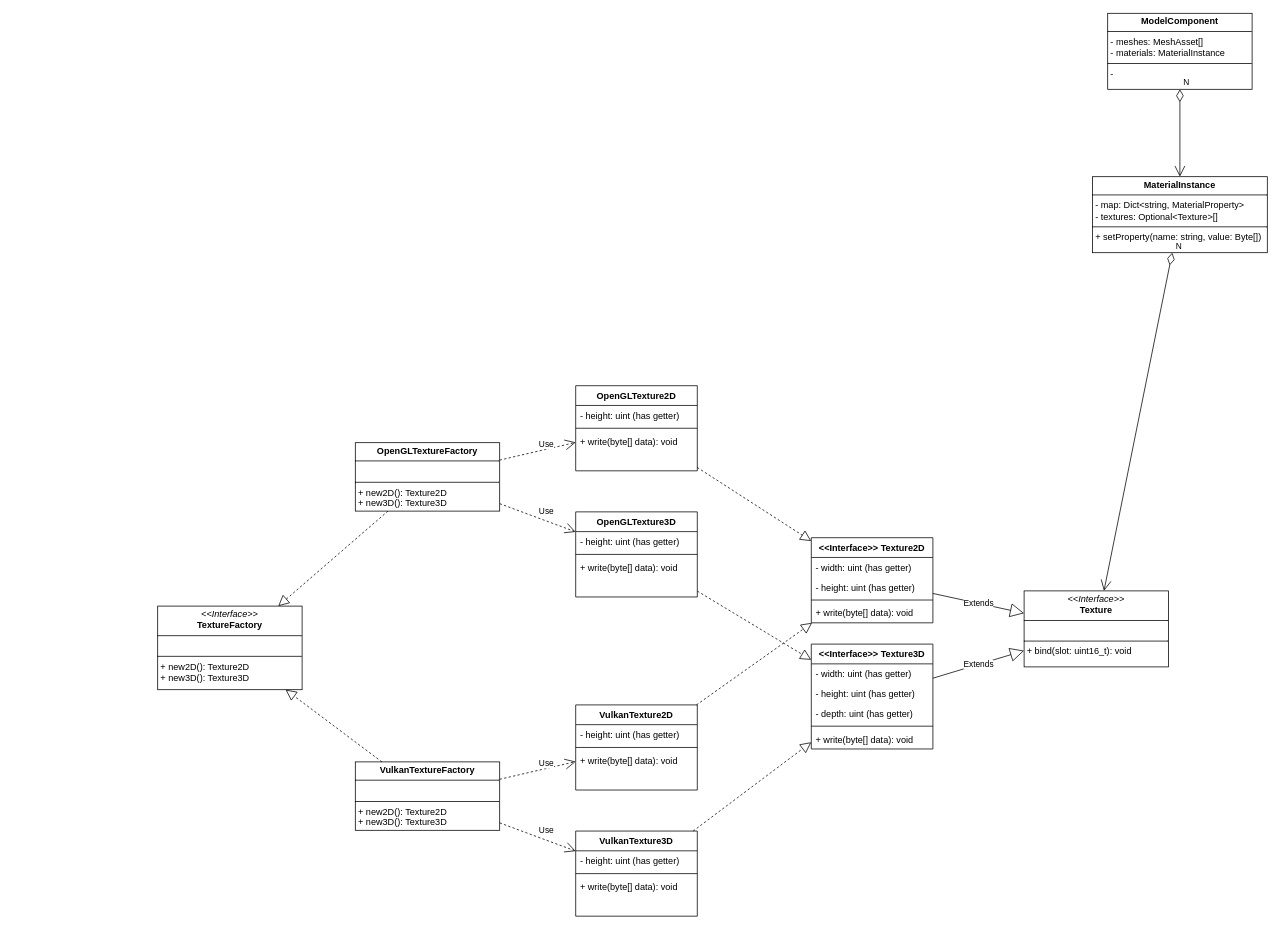
Above: docs/Texture Inheritence.drawio in luboise/Presto (draw.io), before the change. Source tidied: cells renumbered, new cells numbered last; positions are measured from the earlier drawing's top-left corner, leaving out a move shared by most shapes. Both pictures are drawn from the tidied source at 76%, with x=0, y=0 at pixel (157, 13).
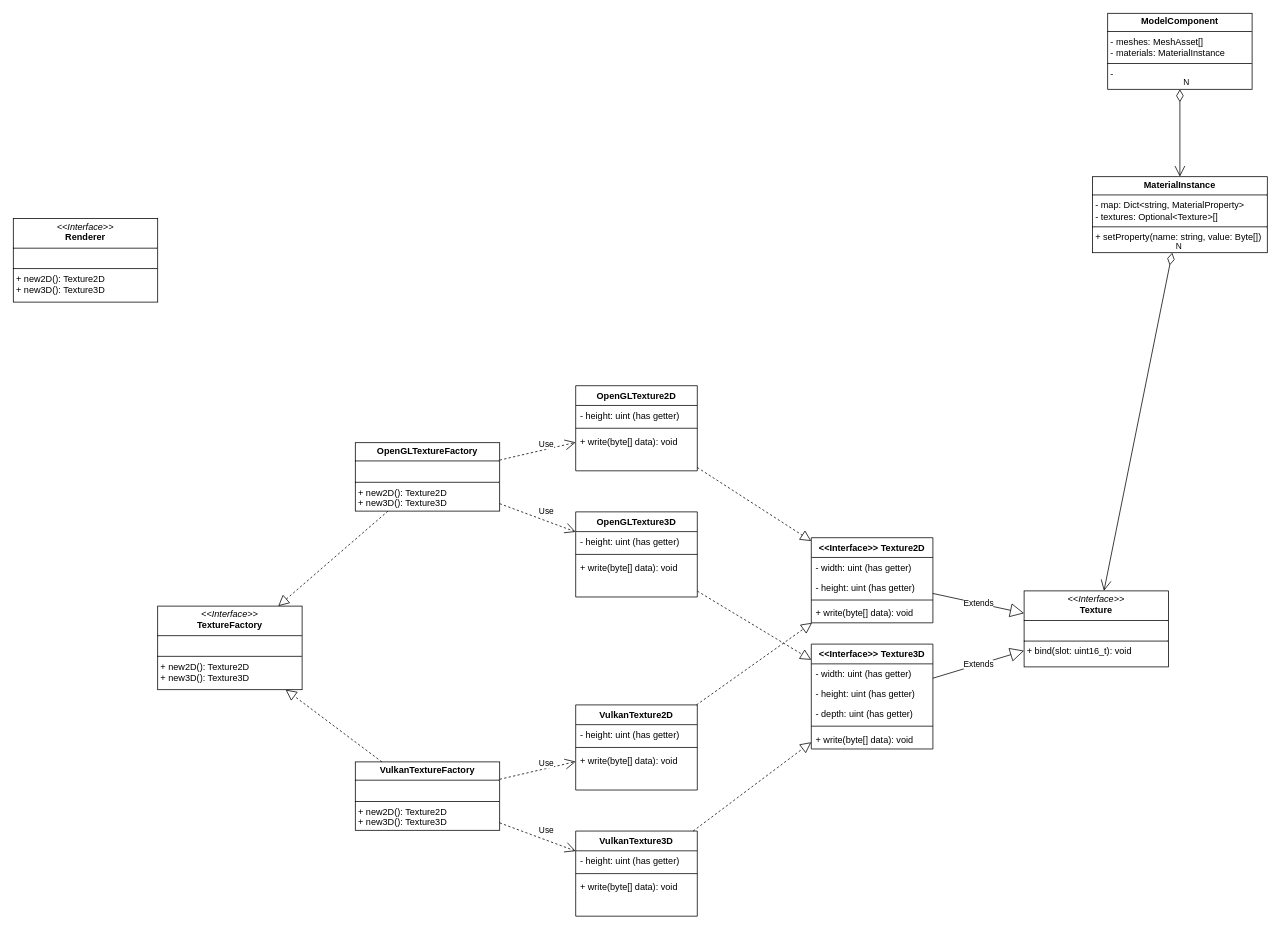
Above is the later version.

What changed in the source:
```diff
@@
+    <mxCell id="52" value="&lt;p style=&quot;margin:0px;margin-top:4px;text-align:center;&quot;&gt;&lt;i&gt;&amp;lt;&amp;lt;Interface&amp;gt;&amp;gt;&lt;/i&gt;&lt;br&gt;&lt;b&gt;Renderer&lt;/b&gt;&lt;/p&gt;&lt;hr size=&quot;1&quot; style=&quot;border-style:solid;&quot;&gt;&lt;p style=&quot;margin:0px;margin-left:4px;&quot;&gt;&lt;br&gt;&lt;/p&gt;&lt;hr size=&quot;1&quot; style=&quot;border-style:solid;&quot;&gt;&lt;p style=&quot;margin:0px;margin-left:4px;&quot;&gt;+ new2D(): Texture2D&lt;br&gt;+ new3D(): Texture3D&lt;/p&gt;" style="verticalAlign=top;align=left;overflow=fill;html=1;whiteSpace=wrap;" parent="1" vertex="1">
+      <mxGeometry x="-190" y="270" width="190" height="110" as="geometry" />
+    </mxCell>
```
